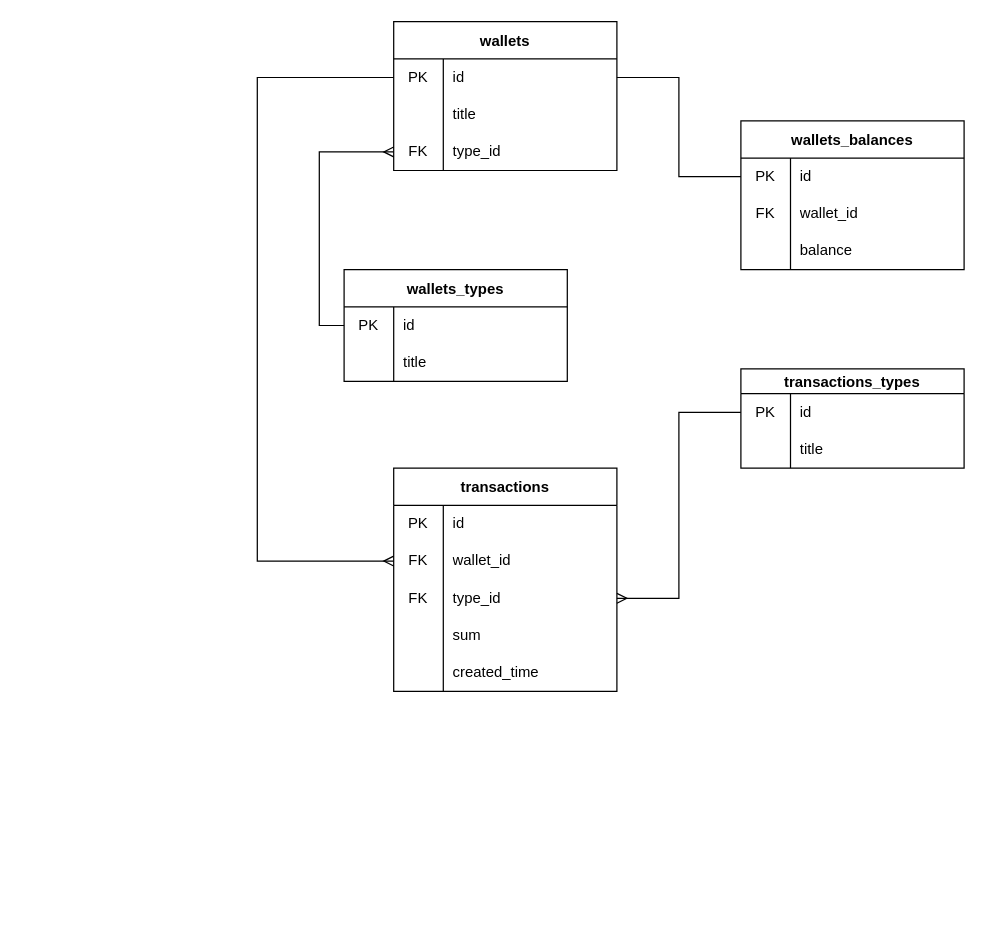
Before: Other/DB scheme.drawio in SalavatovNabiulla/MyMoney, a draw.io diagram. Source tidied: cells renumbered, new cells numbered last; positions are measured from the earlier drawing's top-left corner, leaving out a move shared by most shapes. Both pictures are drawn from the tidied source at 124%, with x=0, y=0 at pixel (257, 21).
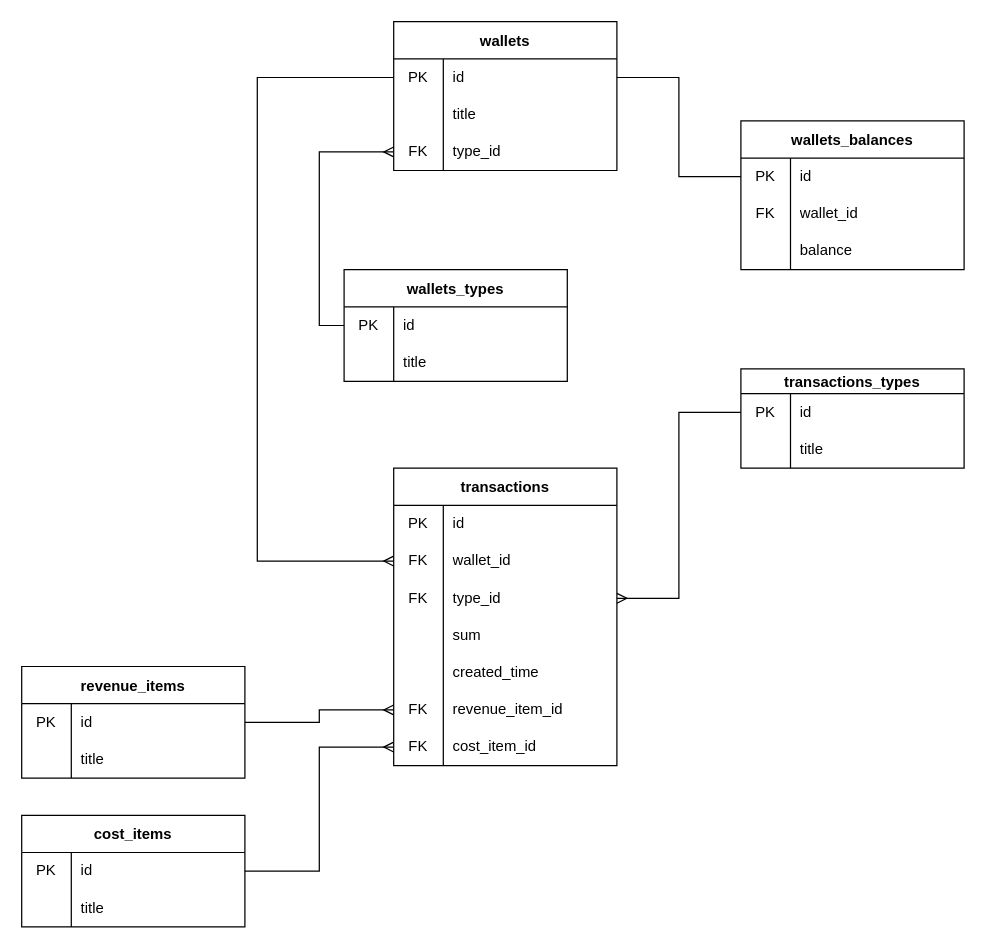
The same page after the edit.

Commit message (it also covers changes not shown here):
Update design and DB scheme

The edit, as a diff of the source:
```diff
@@
     <mxCell id="31" value="transactions" style="shape=table;startSize=30;childLayout=tableLayout;rowLines=0;fontStyle=1;" parent="1" vertex="1">
-      <mxGeometry x="110" y="360" width="180" height="180" as="geometry" />
+      <mxGeometry x="110" y="360" width="180" height="240" as="geometry" />
     </mxCell>
@@
+    <mxCell id="56" style="shape=tableRow;horizontal=0;startSize=0;swimlaneHead=0;swimlaneBody=0;top=0;left=0;bottom=0;right=0;fillColor=none;points=[[0,0.5],[1,0.5]];portConstraint=eastwest;" parent="31" vertex="1">
+      <mxGeometry y="180" width="180" height="30" as="geometry" />
+    </mxCell>
+    <mxCell id="57" value="FK" style="shape=partialRectangle;html=1;whiteSpace=wrap;fillColor=none;top=0;left=0;bottom=0;right=0;overflow=hidden;" parent="56" vertex="1">
+      <mxGeometry width="40" height="30" as="geometry" />
+    </mxCell>
+    <mxCell id="58" value="revenue_item_id" style="shape=partialRectangle;html=1;whiteSpace=wrap;fillColor=none;top=0;left=0;bottom=0;right=0;align=left;spacingLeft=6;overflow=hidden;" parent="56" vertex="1">
+      <mxGeometry x="40" width="140" height="30" as="geometry" />
+    </mxCell>
+    <mxCell id="59" style="shape=tableRow;horizontal=0;startSize=0;swimlaneHead=0;swimlaneBody=0;top=0;left=0;bottom=0;right=0;fillColor=none;points=[[0,0.5],[1,0.5]];portConstraint=eastwest;" parent="31" vertex="1">
+      <mxGeometry y="210" width="180" height="30" as="geometry" />
+    </mxCell>
+    <mxCell id="60" value="FK" style="shape=partialRectangle;html=1;whiteSpace=wrap;fillColor=none;top=0;left=0;bottom=0;right=0;overflow=hidden;" parent="59" vertex="1">
+      <mxGeometry width="40" height="30" as="geometry" />
+    </mxCell>
+    <mxCell id="61" value="cost_item_id" style="shape=partialRectangle;html=1;whiteSpace=wrap;fillColor=none;top=0;left=0;bottom=0;right=0;align=left;spacingLeft=6;overflow=hidden;" parent="59" vertex="1">
+      <mxGeometry x="40" width="140" height="30" as="geometry" />
+    </mxCell>
@@
+    <mxCell id="62" value="revenue_items" style="shape=table;startSize=30;childLayout=tableLayout;rowLines=0;fontStyle=1;" parent="1" vertex="1">
+      <mxGeometry x="-190" y="520" width="180" height="90" as="geometry" />
+    </mxCell>
+    <mxCell id="63" style="shape=tableRow;horizontal=0;startSize=0;swimlaneHead=0;swimlaneBody=0;top=0;left=0;bottom=0;right=0;fillColor=none;points=[[0,0.5],[1,0.5]];portConstraint=eastwest;" parent="62" vertex="1">
+      <mxGeometry y="30" width="180" height="30" as="geometry" />
+    </mxCell>
+    <mxCell id="64" value="PK" style="shape=partialRectangle;html=1;whiteSpace=wrap;fillColor=none;top=0;left=0;bottom=0;right=0;overflow=hidden;" parent="63" vertex="1">
+      <mxGeometry width="40" height="30" as="geometry" />
+    </mxCell>
+    <mxCell id="65" value="id" style="shape=partialRectangle;html=1;whiteSpace=wrap;fillColor=none;top=0;left=0;bottom=0;right=0;align=left;spacingLeft=6;overflow=hidden;" parent="63" vertex="1">
+      <mxGeometry x="40" width="140" height="30" as="geometry" />
+    </mxCell>
+    <mxCell id="66" style="shape=tableRow;horizontal=0;startSize=0;swimlaneHead=0;swimlaneBody=0;top=0;left=0;bottom=0;right=0;fillColor=none;" parent="62" vertex="1">
+      <mxGeometry y="60" width="180" height="30" as="geometry" />
+    </mxCell>
+    <mxCell id="67" style="shape=partialRectangle;html=1;whiteSpace=wrap;fillColor=none;top=0;left=0;bottom=0;right=0;overflow=hidden;" parent="66" vertex="1">
+      <mxGeometry width="40" height="30" as="geometry" />
+    </mxCell>
+    <mxCell id="68" value="title" style="shape=partialRectangle;html=1;whiteSpace=wrap;fillColor=none;top=0;left=0;bottom=0;right=0;align=left;spacingLeft=6;overflow=hidden;" parent="66" vertex="1">
+      <mxGeometry x="40" width="140" height="30" as="geometry" />
+    </mxCell>
+    <mxCell id="69" value="cost_items" style="shape=table;startSize=30;childLayout=tableLayout;rowLines=0;fontStyle=1;" parent="1" vertex="1">
+      <mxGeometry x="-190" y="640" width="180" height="90" as="geometry" />
+    </mxCell>
+    <mxCell id="70" style="shape=tableRow;horizontal=0;startSize=0;swimlaneHead=0;swimlaneBody=0;top=0;left=0;bottom=0;right=0;fillColor=none;points=[[0,0.5],[1,0.5]];portConstraint=eastwest;" parent="69" vertex="1">
+      <mxGeometry y="30" width="180" height="30" as="geometry" />
+    </mxCell>
+    <mxCell id="71" value="PK" style="shape=partialRectangle;html=1;whiteSpace=wrap;fillColor=none;top=0;left=0;bottom=0;right=0;overflow=hidden;" parent="70" vertex="1">
+      <mxGeometry width="40" height="30" as="geometry" />
+    </mxCell>
+    <mxCell id="72" value="id" style="shape=partialRectangle;html=1;whiteSpace=wrap;fillColor=none;top=0;left=0;bottom=0;right=0;align=left;spacingLeft=6;overflow=hidden;" parent="70" vertex="1">
+      <mxGeometry x="40" width="140" height="30" as="geometry" />
+    </mxCell>
+    <mxCell id="73" style="shape=tableRow;horizontal=0;startSize=0;swimlaneHead=0;swimlaneBody=0;top=0;left=0;bottom=0;right=0;fillColor=none;" parent="69" vertex="1">
+      <mxGeometry y="60" width="180" height="30" as="geometry" />
+    </mxCell>
+    <mxCell id="74" style="shape=partialRectangle;html=1;whiteSpace=wrap;fillColor=none;top=0;left=0;bottom=0;right=0;overflow=hidden;" parent="73" vertex="1">
+      <mxGeometry width="40" height="30" as="geometry" />
+    </mxCell>
+    <mxCell id="75" value="title" style="shape=partialRectangle;html=1;whiteSpace=wrap;fillColor=none;top=0;left=0;bottom=0;right=0;align=left;spacingLeft=6;overflow=hidden;" parent="73" vertex="1">
+      <mxGeometry x="40" width="140" height="30" as="geometry" />
+    </mxCell>
+    <mxCell id="76" style="edgeStyle=orthogonalEdgeStyle;rounded=0;jettySize=auto;html=1;entryX=0;entryY=0.5;entryDx=0;entryDy=0;endArrow=ERmany;endFill=0;" parent="1" edge="1" source="63" target="56">
+      <mxGeometry relative="1" as="geometry" />
+    </mxCell>
+    <mxCell id="77" style="edgeStyle=orthogonalEdgeStyle;rounded=0;jettySize=auto;html=1;entryX=0;entryY=0.5;entryDx=0;entryDy=0;endArrow=ERmany;endFill=0;" parent="1" edge="1" source="70" target="59">
+      <mxGeometry relative="1" as="geometry" />
+    </mxCell>
```
